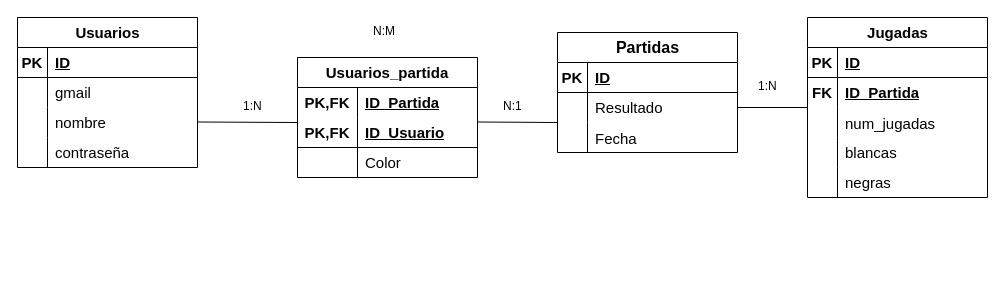
VicenteMuhr/proyecto_ajedrez keeps this draw.io diagram as Diagrama sin título.drawio. Above is the earlier version. Source tidied: cells renumbered, new cells numbered last; positions are measured from the earlier drawing's top-left corner, leaving out a move shared by most shapes. Both pictures are drawn from the tidied source at 100%, with x=0, y=0 at pixel (17, 17).
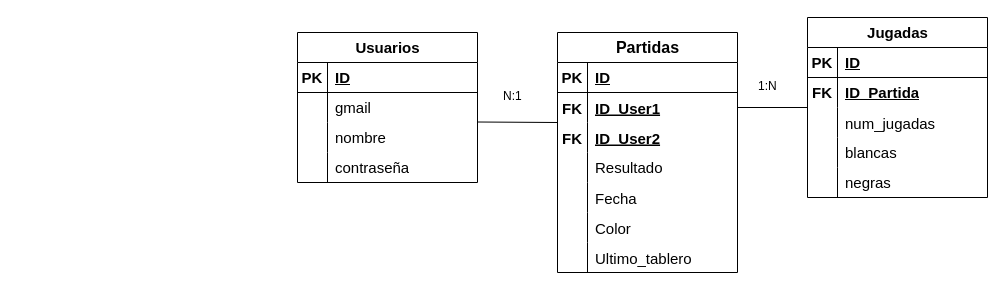
The same page after the edit.

The edit, as a diff of the source:
```diff
@@
     <mxCell id="2" value="Usuarios" style="shape=table;startSize=30;childLayout=tableLayout;rowLines=0;fontStyle=1;align=center;html=1;fontSize=15;" parent="1" vertex="1">
-      <mxGeometry width="180" height="150" as="geometry" />
+      <mxGeometry x="280" y="15" width="180" height="150" as="geometry" />
     </mxCell>
@@
     <mxCell id="15" value="Partidas" style="shape=table;startSize=30;childLayout=tableLayout;rowLines=0;fontStyle=1;align=center;html=1;fontSize=16;" parent="1" vertex="1">
-      <mxGeometry x="540" y="15" width="180" height="120" as="geometry" />
+      <mxGeometry x="540" y="15" width="180" height="240" as="geometry" />
     </mxCell>
@@
+    <mxCell id="58" style="shape=tableRow;horizontal=0;startSize=0;swimlaneHead=0;swimlaneBody=0;fillColor=none;top=0;left=0;right=0;bottom=0;fontSize=15;" parent="15" vertex="1">
+      <mxGeometry y="60" width="180" height="30" as="geometry" />
+    </mxCell>
+    <mxCell id="59" value="FK" style="shape=partialRectangle;fillColor=none;top=0;left=0;bottom=0;right=0;overflow=hidden;fontSize=15;fontStyle=1;" parent="58" vertex="1">
+      <mxGeometry width="30" height="30" as="geometry" />
+    </mxCell>
+    <mxCell id="60" value="ID_User1" style="shape=partialRectangle;fillColor=none;top=0;left=0;bottom=0;right=0;align=left;spacingLeft=6;overflow=hidden;fontSize=15;fontStyle=5;" parent="58" vertex="1">
+      <mxGeometry x="30" width="150" height="30" as="geometry" />
+    </mxCell>
+    <mxCell id="61" style="shape=tableRow;horizontal=0;startSize=0;swimlaneHead=0;swimlaneBody=0;fillColor=none;top=0;left=0;right=0;bottom=0;fontSize=15;" parent="15" vertex="1">
+      <mxGeometry y="90" width="180" height="30" as="geometry" />
+    </mxCell>
+    <mxCell id="62" value="FK" style="shape=partialRectangle;fillColor=none;top=0;left=0;bottom=0;right=0;overflow=hidden;fontSize=15;fontStyle=1;" parent="61" vertex="1">
+      <mxGeometry width="30" height="30" as="geometry" />
+    </mxCell>
+    <mxCell id="63" value="ID_User2" style="shape=partialRectangle;fillColor=none;top=0;left=0;bottom=0;right=0;align=left;spacingLeft=6;overflow=hidden;fontSize=15;fontStyle=5;" parent="61" vertex="1">
+      <mxGeometry x="30" width="150" height="30" as="geometry" />
+    </mxCell>
     <mxCell id="19" style="shape=tableRow;horizontal=0;startSize=0;swimlaneHead=0;swimlaneBody=0;fillColor=none;top=0;left=0;right=0;bottom=0;fontSize=16;" parent="15" vertex="1">
-      <mxGeometry y="60" width="180" height="30" as="geometry" />
+      <mxGeometry y="120" width="180" height="30" as="geometry" />
     </mxCell>
@@
     <mxCell id="22" style="shape=tableRow;horizontal=0;startSize=0;swimlaneHead=0;swimlaneBody=0;fillColor=none;top=0;left=0;right=0;bottom=0;fontSize=15;" parent="15" vertex="1">
-      <mxGeometry y="90" width="180" height="30" as="geometry" />
+      <mxGeometry y="150" width="180" height="30" as="geometry" />
     </mxCell>
@@
-    <mxCell id="25" style="endArrow=none;html=1;rounded=0;entryX=0;entryY=0.5;entryDx=0;entryDy=0;" parent="1" edge="1">
-      <mxGeometry relative="1" as="geometry">
-        <mxPoint x="180" y="104.5" as="sourcePoint" />
-        <mxPoint x="280" y="105" as="targetPoint" />
-      </mxGeometry>
-    </mxCell>
+    <mxCell id="64" style="shape=tableRow;horizontal=0;startSize=0;swimlaneHead=0;swimlaneBody=0;fillColor=none;top=0;left=0;right=0;bottom=0;fontSize=15;" parent="15" vertex="1">
+      <mxGeometry y="180" width="180" height="30" as="geometry" />
+    </mxCell>
+    <mxCell id="65" style="shape=partialRectangle;fillColor=none;top=0;left=0;bottom=0;right=0;overflow=hidden;fontSize=15;" parent="64" vertex="1">
+      <mxGeometry width="30" height="30" as="geometry" />
+    </mxCell>
+    <mxCell id="53" value="Color" style="shape=partialRectangle;fillColor=none;top=0;left=0;bottom=0;right=0;align=left;spacingLeft=6;overflow=hidden;fontSize=15;" parent="64" vertex="1">
+      <mxGeometry x="30" width="150" height="30" as="geometry" />
+    </mxCell>
+    <mxCell id="66" style="shape=tableRow;horizontal=0;startSize=0;swimlaneHead=0;swimlaneBody=0;fillColor=none;top=0;left=0;right=0;bottom=0;fontSize=15;" parent="15" vertex="1">
+      <mxGeometry y="210" width="180" height="30" as="geometry" />
+    </mxCell>
+    <mxCell id="67" style="shape=partialRectangle;fillColor=none;top=0;left=0;bottom=0;right=0;overflow=hidden;fontSize=15;" parent="66" vertex="1">
+      <mxGeometry width="30" height="30" as="geometry" />
+    </mxCell>
+    <mxCell id="68" value="Ultimo_tablero" style="shape=partialRectangle;fillColor=none;top=0;left=0;bottom=0;right=0;align=left;spacingLeft=6;overflow=hidden;fontSize=15;" parent="66" vertex="1">
+      <mxGeometry x="30" width="150" height="30" as="geometry" />
+    </mxCell>
@@
-    <mxCell id="44" value="Usuarios_partida" style="shape=table;startSize=30;childLayout=tableLayout;rowLines=0;fontStyle=1;align=center;html=1;whiteSpace=wrap;fontSize=15;" parent="1" vertex="1">
-      <mxGeometry x="280" y="40" width="180" height="120" as="geometry" />
-    </mxCell>
-    <mxCell id="45" style="shape=tableRow;horizontal=0;startSize=0;swimlaneHead=0;swimlaneBody=0;fillColor=none;top=0;left=0;right=0;bottom=0;html=1;fontSize=15;" parent="44" vertex="1">
-      <mxGeometry y="30" width="180" height="30" as="geometry" />
-    </mxCell>
-    <mxCell id="46" value="PK,FK" style="shape=partialRectangle;fillColor=none;top=0;left=0;bottom=0;right=0;fontStyle=1;overflow=hidden;html=1;whiteSpace=wrap;fontSize=15;" parent="45" vertex="1">
-      <mxGeometry width="60" height="30" as="geometry" />
-    </mxCell>
-    <mxCell id="47" value="ID_Partida" style="shape=partialRectangle;fillColor=none;top=0;left=0;bottom=0;right=0;align=left;spacingLeft=6;fontStyle=5;overflow=hidden;html=1;whiteSpace=wrap;fontSize=15;" parent="45" vertex="1">
-      <mxGeometry x="60" width="120" height="30" as="geometry" />
-    </mxCell>
-    <mxCell id="48" style="shape=tableRow;horizontal=0;startSize=0;swimlaneHead=0;swimlaneBody=0;fillColor=none;top=0;left=0;right=0;bottom=1;html=1;fontSize=15;" parent="44" vertex="1">
-      <mxGeometry y="60" width="180" height="30" as="geometry" />
-    </mxCell>
-    <mxCell id="49" value="PK,FK" style="shape=partialRectangle;fillColor=none;top=0;left=0;bottom=0;right=0;fontStyle=1;overflow=hidden;html=1;whiteSpace=wrap;fontSize=15;" parent="48" vertex="1">
-      <mxGeometry width="60" height="30" as="geometry" />
-    </mxCell>
-    <mxCell id="50" value="ID_Usuario" style="shape=partialRectangle;fillColor=none;top=0;left=0;bottom=0;right=0;align=left;spacingLeft=6;fontStyle=5;overflow=hidden;html=1;whiteSpace=wrap;fontSize=15;" parent="48" vertex="1">
-      <mxGeometry x="60" width="120" height="30" as="geometry" />
-    </mxCell>
-    <mxCell id="51" style="shape=tableRow;horizontal=0;startSize=0;swimlaneHead=0;swimlaneBody=0;fillColor=none;top=0;left=0;right=0;bottom=0;html=1;fontSize=15;" parent="44" vertex="1">
-      <mxGeometry y="90" width="180" height="30" as="geometry" />
-    </mxCell>
-    <mxCell id="52" style="shape=partialRectangle;fillColor=none;top=0;left=0;bottom=0;right=0;overflow=hidden;html=1;whiteSpace=wrap;fontSize=15;" parent="51" vertex="1">
-      <mxGeometry width="60" height="30" as="geometry" />
-    </mxCell>
-    <mxCell id="53" value="Color" style="shape=partialRectangle;fillColor=none;top=0;left=0;bottom=0;right=0;align=left;spacingLeft=6;overflow=hidden;html=1;whiteSpace=wrap;fontSize=15;" parent="51" vertex="1">
-      <mxGeometry x="60" width="120" height="30" as="geometry" />
-    </mxCell>
@@
-    <mxCell id="55" value="N:M" style="text;strokeColor=none;fillColor=none;spacingLeft=4;spacingRight=4;overflow=hidden;fontSize=12;whiteSpace=wrap;html=1;" parent="1" vertex="1">
-      <mxGeometry x="350" width="40" height="30" as="geometry" />
-    </mxCell>
     <mxCell id="56" value="N:1" style="text;strokeColor=none;fillColor=none;spacingLeft=4;spacingRight=4;overflow=hidden;fontSize=12;whiteSpace=wrap;html=1;" parent="1" vertex="1">
-      <mxGeometry x="480" y="75" width="40" height="30" as="geometry" />
+      <mxGeometry x="480" y="65" width="40" height="30" as="geometry" />
     </mxCell>
-    <mxCell id="57" value="1:N" style="text;strokeColor=none;fillColor=none;spacingLeft=4;spacingRight=4;overflow=hidden;fontSize=12;whiteSpace=wrap;html=1;" parent="1" vertex="1">
-      <mxGeometry x="220" y="75" width="40" height="30" as="geometry" />
-    </mxCell>
```
